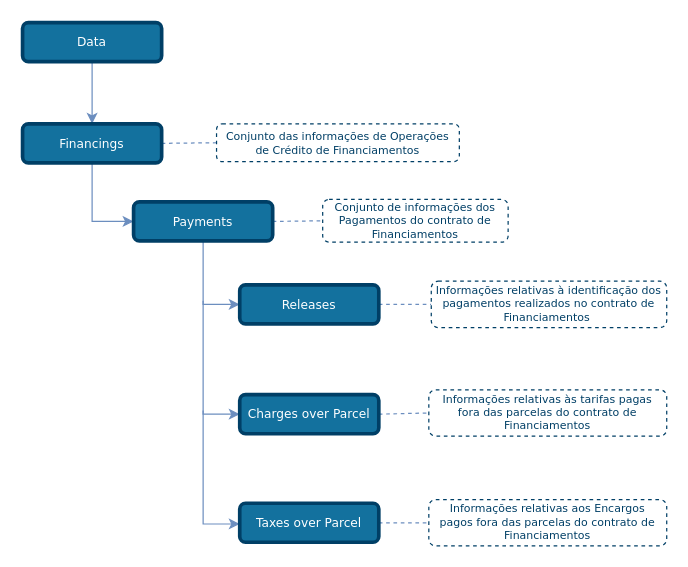
The draw.io diagram draw_io_diagrams/financings/TLD_Financings_Payments.drawio in OpenBanking-Brasil/areadesenvolvedor, before the edit. Source tidied: cells renumbered, new cells numbered last; positions are measured from the earlier drawing's top-left corner, leaving out a move shared by most shapes. Both pictures are drawn from the tidied source at 122%, with x=0, y=0 at pixel (22, 22).
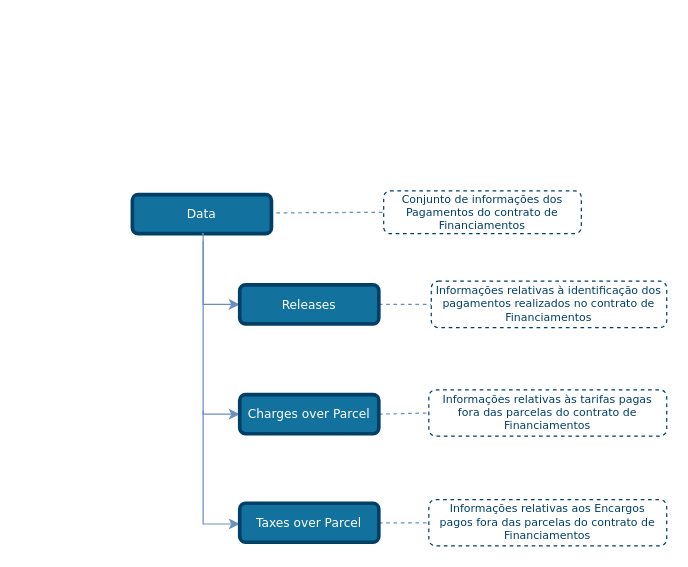
The same diagram, later.

The change refers to these unchanged cells:
```xml
<mxCell id="14" value="Releases" style="rounded=1;whiteSpace=wrap;html=1;comic=0;shadow=0;backgroundOutline=0;snapToPoint=0;fixDash=0;strokeWidth=3;fontFamily=Verdana;fontStyle=0;labelBackgroundColor=none;labelBorderColor=none;fontSize=10;fillColor=#13719E;strokeColor=#003F66;fontColor=#ffffff;" parent="1" vertex="1">
  <mxGeometry x="178" y="215" width="114" height="32" as="geometry" />
</mxCell>
```

The edit, as a diff of the source:
```diff
@@
-    <mxCell id="2" style="edgeStyle=none;rounded=1;jettySize=auto;html=1;entryX=0;entryY=0.5;entryDx=0;entryDy=0;dashed=1;endArrow=none;endFill=0;endSize=6;strokeColor=#6C8EBF;exitX=1;exitY=0.5;exitDx=0;exitDy=0;" parent="1" edge="1" source="13" target="8">
-      <mxGeometry relative="1" as="geometry" />
+    <mxCell id="2" style="edgeStyle=none;rounded=1;jettySize=auto;html=1;entryX=0;entryY=0.5;entryDx=0;entryDy=0;dashed=1;endArrow=none;endFill=0;endSize=6;strokeColor=#6C8EBF;" parent="1" edge="1" target="8">
+      <mxGeometry relative="1" as="geometry">
+        <mxPoint x="208" y="156" as="sourcePoint" />
+      </mxGeometry>
     </mxCell>
-    <mxCell id="3" style="edgeStyle=orthogonalEdgeStyle;rounded=0;jettySize=auto;html=1;entryX=0.5;entryY=0;entryDx=0;entryDy=0;endSize=6;fillColor=#dae8fc;strokeColor=#6c8ebf;comic=0;shadow=0;backgroundOutline=0;snapToPoint=0;fixDash=0;endArrow=classic;endFill=1;exitX=0.5;exitY=1;exitDx=0;exitDy=0;" parent="1" edge="1" source="12" target="6">
-      <mxGeometry relative="1" as="geometry" />
-    </mxCell>
-    <mxCell id="4" style="edgeStyle=orthogonalEdgeStyle;rounded=0;jettySize=auto;html=1;exitX=0.5;exitY=1;exitDx=0;exitDy=0;entryX=0;entryY=0.5;entryDx=0;entryDy=0;strokeColor=#6C8EBF;endArrow=classic;endFill=1;" parent="1" edge="1" source="6" target="13">
-      <mxGeometry relative="1" as="geometry" />
-    </mxCell>
-    <mxCell id="5" style="edgeStyle=none;rounded=1;jettySize=auto;html=1;exitX=1;exitY=0.5;exitDx=0;exitDy=0;entryX=0;entryY=0.5;entryDx=0;entryDy=0;dashed=1;endArrow=none;endFill=0;endSize=6;strokeColor=#6C8EBF;" parent="1" edge="1" source="6" target="7">
-      <mxGeometry relative="1" as="geometry" />
-    </mxCell>
-    <mxCell id="6" value="Financings" style="rounded=1;whiteSpace=wrap;html=1;comic=0;shadow=0;backgroundOutline=0;snapToPoint=0;fixDash=0;strokeWidth=3;fontFamily=Verdana;fontStyle=0;labelBackgroundColor=none;labelBorderColor=none;fontSize=10;fillColor=#13719E;strokeColor=#003F66;fontColor=#ffffff;" parent="1" vertex="1">
-      <mxGeometry y="83" width="114" height="32" as="geometry" />
-    </mxCell>
-    <mxCell id="7" value="&lt;font style=&quot;font-size: 9px&quot;&gt;Conjunto das informações de Operações de Crédito de Financiamentos&lt;/font&gt;" style="rounded=1;whiteSpace=wrap;html=1;shadow=0;comic=0;strokeColor=#003F66;strokeWidth=1;fillColor=#ffffff;fontFamily=Verdana;fontSize=9;fontColor=#003F66;dashed=1;spacingLeft=5;spacing=0;spacingRight=5;spacingBottom=5;spacingTop=5;align=center;verticalAlign=middle;gradientColor=#ffffff;" parent="1" vertex="1">
-      <mxGeometry x="159" y="83" width="199" height="31" as="geometry" />
-    </mxCell>
     <mxCell id="8" value="&lt;font style=&quot;font-size: 9px&quot;&gt;Conjunto de informações dos Pagamentos do contrato de Financiamentos&lt;/font&gt;" style="rounded=1;whiteSpace=wrap;html=1;shadow=0;comic=0;strokeColor=#003F66;strokeWidth=1;fillColor=#ffffff;fontFamily=Verdana;fontSize=9;fontColor=#003F66;dashed=1;spacingLeft=5;spacing=0;spacingRight=5;spacingBottom=5;spacingTop=5;align=center;verticalAlign=middle;gradientColor=#ffffff;" parent="1" vertex="1">
-      <mxGeometry x="246" y="145" width="152" height="35" as="geometry" />
+      <mxGeometry x="296" y="138" width="162" height="35" as="geometry" />
     </mxCell>
@@
-    <mxCell id="10" value="&lt;font style=&quot;font-size: 9px&quot;&gt;Informações relativas à identificação dos pagamentos realizados no contrato de Financiamentos&amp;nbsp;&lt;/font&gt;" style="rounded=1;whiteSpace=wrap;html=1;shadow=0;comic=0;strokeColor=#003F66;strokeWidth=1;fillColor=#ffffff;fontFamily=Verdana;fontSize=9;fontColor=#003F66;dashed=1;spacingLeft=5;spacing=0;spacingRight=5;spacingBottom=5;spacingTop=5;align=center;verticalAlign=middle;gradientColor=#ffffff;" parent="1" vertex="1">
+    <mxCell id="10" value="&lt;font style=&quot;font-size: 9px&quot;&gt;Informações relativas à identificação dos pagamentos realizados no contrato de Financiamentos&lt;/font&gt;" style="rounded=1;whiteSpace=wrap;html=1;shadow=0;comic=0;strokeColor=#003F66;strokeWidth=1;fillColor=#ffffff;fontFamily=Verdana;fontSize=9;fontColor=#003F66;dashed=1;spacingLeft=5;spacing=0;spacingRight=5;spacingBottom=5;spacingTop=5;align=center;verticalAlign=middle;gradientColor=#ffffff;" parent="1" vertex="1">
       <mxGeometry x="335" y="212" width="193" height="38" as="geometry" />
     </mxCell>
-    <mxCell id="11" style="edgeStyle=orthogonalEdgeStyle;rounded=0;jettySize=auto;html=1;exitX=0.5;exitY=1;exitDx=0;exitDy=0;entryX=0;entryY=0.5;entryDx=0;entryDy=0;strokeColor=#6C8EBF;endArrow=classic;endFill=1;" parent="1" edge="1" source="13" target="14">
-      <mxGeometry relative="1" as="geometry" />
+    <mxCell id="11" style="edgeStyle=orthogonalEdgeStyle;rounded=0;jettySize=auto;html=1;exitX=0.5;exitY=1;exitDx=0;exitDy=0;entryX=0;entryY=0.5;entryDx=0;entryDy=0;strokeColor=#6C8EBF;endArrow=classic;endFill=1;" parent="1" edge="1" target="14">
+      <mxGeometry relative="1" as="geometry">
+        <mxPoint x="148" y="179" as="sourcePoint" />
+        <Array as="points">
+          <mxPoint x="148" y="231" />
+        </Array>
+      </mxGeometry>
     </mxCell>
     <mxCell id="12" value="Data" style="rounded=1;whiteSpace=wrap;html=1;comic=0;shadow=0;backgroundOutline=0;snapToPoint=0;fixDash=0;strokeWidth=3;fontFamily=Verdana;fontStyle=0;labelBackgroundColor=none;labelBorderColor=none;fontSize=10;fillColor=#13719E;strokeColor=#003F66;fontColor=#ffffff;" parent="1" vertex="1">
-      <mxGeometry width="114" height="32" as="geometry" />
+      <mxGeometry x="90" y="141" width="114" height="32" as="geometry" />
     </mxCell>
-    <mxCell id="13" value="Payments" style="rounded=1;whiteSpace=wrap;html=1;comic=0;shadow=0;backgroundOutline=0;snapToPoint=0;fixDash=0;strokeWidth=3;fontFamily=Verdana;fontStyle=0;labelBackgroundColor=none;labelBorderColor=none;fontSize=10;fillColor=#13719E;strokeColor=#003F66;fontColor=#ffffff;" parent="1" vertex="1">
-      <mxGeometry x="91" y="147" width="114" height="32" as="geometry" />
-    </mxCell>
@@
-    <mxCell id="17" style="edgeStyle=orthogonalEdgeStyle;rounded=0;orthogonalLoop=1;jettySize=auto;html=1;strokeColor=#6C8EBF;endArrow=classic;endFill=1;" parent="1" edge="1">
+    <mxCell id="17" style="edgeStyle=orthogonalEdgeStyle;rounded=0;jettySize=auto;html=1;strokeColor=#6C8EBF;endArrow=classic;endFill=1;exitX=0.5;exitY=1;exitDx=0;exitDy=0;" parent="1" edge="1" source="12">
       <mxGeometry relative="1" as="geometry">
-        <mxPoint x="148" y="228" as="sourcePoint" />
         <mxPoint x="178" y="321" as="targetPoint" />
         <Array as="points">
+          <mxPoint x="148" y="173" />
           <mxPoint x="148" y="321" />
         </Array>
       </mxGeometry>
     </mxCell>
```
